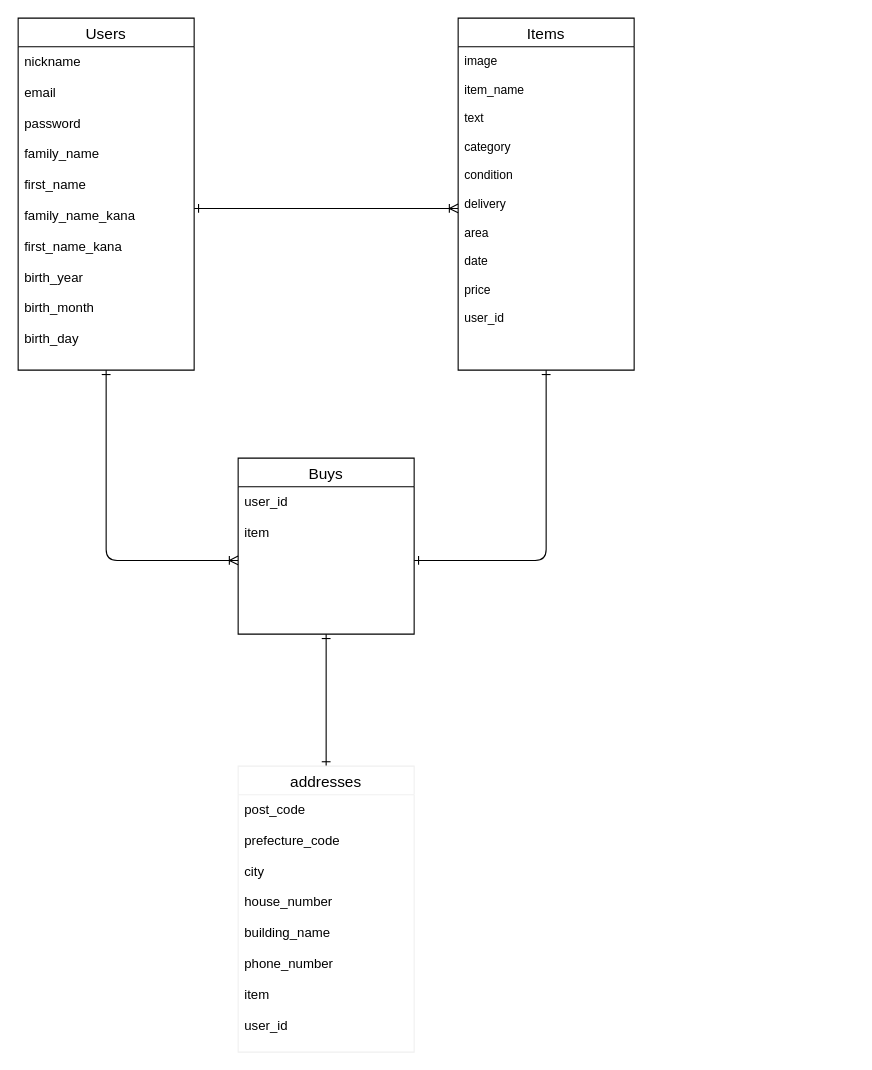
This is furima.dio from MayumiT/furima-33052, a draw.io file, before an edit. Source tidied: cells renumbered, new cells numbered last; positions are measured from the earlier drawing's top-left corner, leaving out a move shared by most shapes. Both pictures are drawn from the tidied source at 110%, with x=0, y=0 at pixel (18, 18).
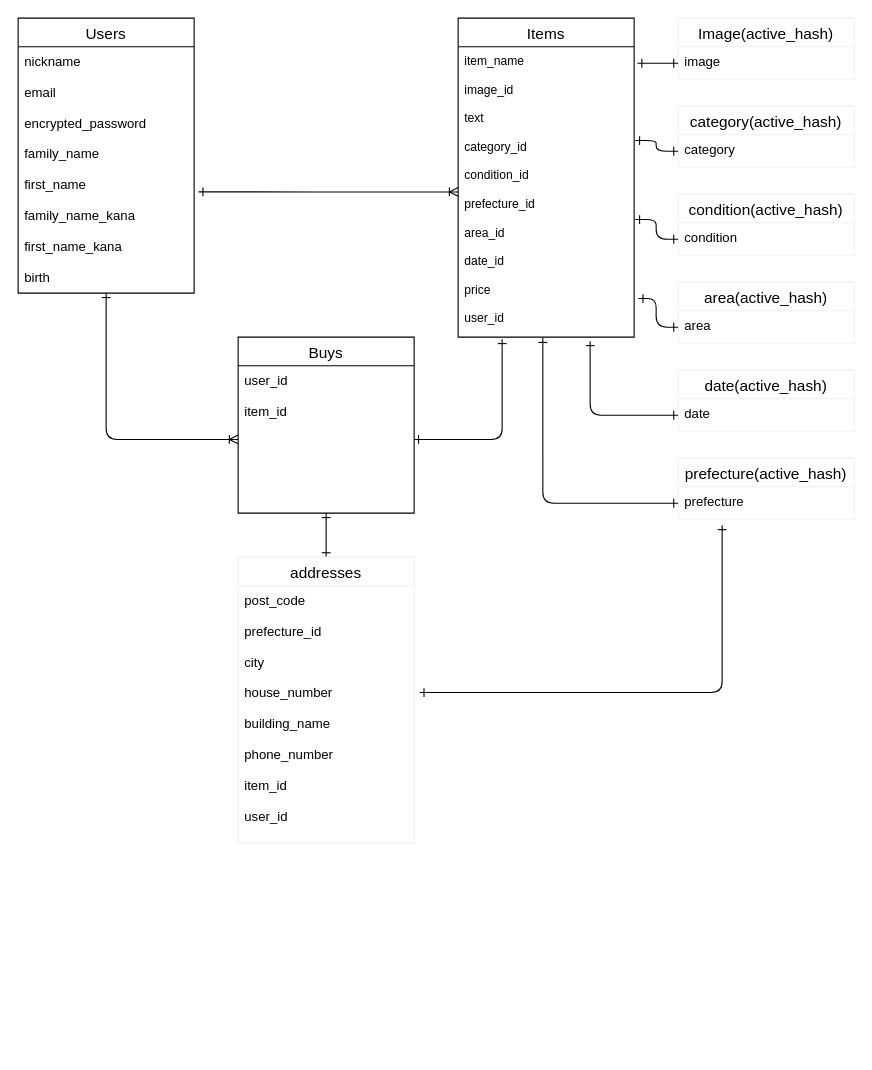
The same diagram, later.

Commit message (it also covers changes not shown here):
ER図とREAD MEの修正

Change to the diagram source:
```diff
@@
-    <mxCell id="3" value="Users" style="swimlane;fontStyle=0;horizontal=1;startSize=26;align=center;fontSize=14;" parent="1" vertex="1">
-      <mxGeometry width="160" height="320" as="geometry" />
+    <mxCell id="3" value="Users" style="swimlane;fontStyle=0;horizontal=1;startSize=26;align=center;fontSize=14;direction=east;" parent="1" vertex="1">
+      <mxGeometry width="160" height="250" as="geometry" />
     </mxCell>
-    <mxCell id="4" value="nickname&#10;&#10;email&#10;&#10;password&#10;&#10;family_name&#10;&#10;first_name&#10;&#10;family_name_kana&#10;&#10;first_name_kana&#10;&#10;birth_year&#10;&#10;birth_month&#10;&#10;birth_day" style="text;strokeColor=none;fillColor=none;spacingLeft=4;spacingRight=4;overflow=hidden;points=[[0,0.5],[1,0.5]];portConstraint=eastwest;fontSize=12;" parent="3" vertex="1">
-      <mxGeometry y="26" width="160" height="294" as="geometry" />
+    <mxCell id="4" value="nickname&#10;&#10;email&#10;&#10;encrypted_password&#10;&#10;family_name&#10;&#10;first_name&#10;&#10;family_name_kana&#10;&#10;first_name_kana&#10;&#10;birth" style="text;strokeColor=none;fillColor=none;spacingLeft=4;spacingRight=4;overflow=hidden;points=[[0,0.5],[1,0.5]];portConstraint=eastwest;fontSize=12;" parent="3" vertex="1">
+      <mxGeometry y="26" width="160" height="224" as="geometry" />
     </mxCell>
-    <mxCell id="5" style="edgeStyle=orthogonalEdgeStyle;rounded=1;jettySize=auto;html=1;entryX=1;entryY=0.5;entryDx=0;entryDy=0;startArrow=ERone;startFill=0;endArrow=ERone;endFill=0;fontSize=11;" parent="1" edge="1" source="6" target="10">
-      <mxGeometry relative="1" as="geometry" />
+    <mxCell id="5" style="edgeStyle=orthogonalEdgeStyle;rounded=1;jettySize=auto;html=1;entryX=1;entryY=0.5;entryDx=0;entryDy=0;startArrow=ERone;startFill=0;endArrow=ERone;endFill=0;fontSize=11;exitX=0.25;exitY=1.007;exitDx=0;exitDy=0;exitPerimeter=0;" parent="1" edge="1" source="7" target="10">
+      <mxGeometry relative="1" as="geometry">
+        <Array as="points">
+          <mxPoint x="440" y="383" />
+        </Array>
+      </mxGeometry>
     </mxCell>
     <mxCell id="6" value="Items" style="swimlane;fontStyle=0;horizontal=1;startSize=26;align=center;fontSize=14;" parent="1" vertex="1">
-      <mxGeometry x="400" width="160" height="320" as="geometry" />
+      <mxGeometry x="400" width="160" height="290" as="geometry" />
     </mxCell>
-    <mxCell id="7" value="image &#10;&#10;item_name&#10;&#10;text&#10;&#10;category&#10;&#10;condition&#10;&#10;delivery&#10;&#10;area&#10;&#10;date&#10;&#10;price&#10;&#10;user_id&#10;" style="text;strokeColor=none;fillColor=none;spacingLeft=4;spacingRight=4;overflow=hidden;points=[[0,0.5],[1,0.5]];portConstraint=eastwest;fontSize=11;" parent="6" vertex="1">
-      <mxGeometry y="26" width="160" height="294" as="geometry" />
+    <mxCell id="7" value="item_name&#10;&#10;image_id&#10;&#10;text&#10;&#10;category_id&#10;&#10;condition_id&#10;&#10;prefecture_id&#10;&#10;area_id&#10;&#10;date_id&#10;&#10;price&#10;&#10;user_id&#10;&#10;&#10;" style="text;strokeColor=none;fillColor=none;spacingLeft=4;spacingRight=4;overflow=hidden;points=[[0,0.5],[1,0.5]];portConstraint=eastwest;fontSize=11;" parent="6" vertex="1">
+      <mxGeometry y="26" width="160" height="264" as="geometry" />
     </mxCell>
@@
     <mxCell id="9" value="Buys" style="swimlane;fontStyle=0;horizontal=1;startSize=26;align=center;fontSize=14;" parent="1" vertex="1">
-      <mxGeometry x="200" y="400" width="160" height="160" as="geometry" />
+      <mxGeometry x="200" y="290" width="160" height="160" as="geometry" />
     </mxCell>
-    <mxCell id="10" value="user_id&#10;&#10;item" style="text;strokeColor=none;fillColor=none;spacingLeft=4;spacingRight=4;overflow=hidden;points=[[0,0.5],[1,0.5]];portConstraint=eastwest;fontSize=12;" parent="9" vertex="1">
+    <mxCell id="10" value="user_id&#10;&#10;item_id" style="text;strokeColor=none;fillColor=none;spacingLeft=4;spacingRight=4;overflow=hidden;points=[[0,0.5],[1,0.5]];portConstraint=eastwest;fontSize=12;" parent="9" vertex="1">
       <mxGeometry y="26" width="160" height="134" as="geometry" />
     </mxCell>
     <mxCell id="11" value="addresses" style="swimlane;fontStyle=0;horizontal=1;startSize=26;align=center;fontSize=14;strokeColor=#f0f0f0;" parent="1" vertex="1">
-      <mxGeometry x="200" y="680" width="160" height="260" as="geometry" />
+      <mxGeometry x="200" y="490" width="160" height="260" as="geometry" />
     </mxCell>
-    <mxCell id="12" value="post_code&#10;&#10;prefecture_code&#10;&#10;city&#10;&#10;house_number&#10;&#10;building_name&#10;&#10;phone_number&#10;&#10;item&#10;&#10;user_id&#10;&#10;&#10;&#10;&#10;&#10;" style="text;strokeColor=none;fillColor=none;spacingLeft=4;spacingRight=4;overflow=hidden;points=[[0,0.5],[1,0.5]];portConstraint=eastwest;fontSize=12;" parent="11" vertex="1">
+    <mxCell id="12" value="post_code&#10;&#10;prefecture_id&#10;&#10;city&#10;&#10;house_number&#10;&#10;building_name&#10;&#10;phone_number&#10;&#10;item_id&#10;&#10;user_id&#10;&#10;&#10;&#10;&#10;&#10;" style="text;strokeColor=none;fillColor=none;spacingLeft=4;spacingRight=4;overflow=hidden;points=[[0,0.5],[1,0.5]];portConstraint=eastwest;fontSize=12;" parent="11" vertex="1">
       <mxGeometry y="26" width="160" height="234" as="geometry" />
     </mxCell>
-    <mxCell id="13" style="edgeStyle=orthogonalEdgeStyle;rounded=1;jettySize=auto;html=1;exitX=1;exitY=0.5;exitDx=0;exitDy=0;entryX=0;entryY=0.5;entryDx=0;entryDy=0;startArrow=ERone;startFill=0;endArrow=ERoneToMany;endFill=0;fontSize=11;" parent="1" edge="1" source="4" target="7">
-      <mxGeometry relative="1" as="geometry" />
-    </mxCell>
+    <mxCell id="14" value="Image(active_hash)" style="swimlane;fontStyle=0;horizontal=1;startSize=26;align=center;fontSize=14;strokeColor=#f0f0f0;" parent="1" vertex="1">
+      <mxGeometry x="600" width="160" height="56" as="geometry" />
+    </mxCell>
+    <mxCell id="15" value="image" style="text;strokeColor=none;fillColor=none;spacingLeft=4;spacingRight=4;overflow=hidden;points=[[0,0.5],[1,0.5]];portConstraint=eastwest;fontSize=12;" parent="14" vertex="1">
+      <mxGeometry y="26" width="160" height="30" as="geometry" />
+    </mxCell>
+    <mxCell id="16" value="category(active_hash)" style="swimlane;fontStyle=0;horizontal=1;startSize=26;align=center;fontSize=14;strokeColor=#f0f0f0;" parent="1" vertex="1">
+      <mxGeometry x="600" y="80" width="160" height="56" as="geometry" />
+    </mxCell>
+    <mxCell id="17" value="category" style="text;strokeColor=none;fillColor=none;spacingLeft=4;spacingRight=4;overflow=hidden;points=[[0,0.5],[1,0.5]];portConstraint=eastwest;fontSize=12;" parent="16" vertex="1">
+      <mxGeometry y="26" width="160" height="30" as="geometry" />
+    </mxCell>
+    <mxCell id="18" style="edgeStyle=orthogonalEdgeStyle;rounded=1;jettySize=auto;html=1;exitX=0;exitY=0.5;exitDx=0;exitDy=0;entryX=1.006;entryY=0.323;entryDx=0;entryDy=0;entryPerimeter=0;startArrow=ERone;startFill=0;endArrow=ERone;endFill=0;fontSize=11;" parent="1" edge="1" source="17" target="7">
+      <mxGeometry relative="1" as="geometry" />
+    </mxCell>
+    <mxCell id="19" style="edgeStyle=orthogonalEdgeStyle;rounded=1;jettySize=auto;html=1;exitX=0;exitY=0.5;exitDx=0;exitDy=0;startArrow=ERone;startFill=0;endArrow=ERone;endFill=0;fontSize=11;" parent="1" edge="1" source="15">
+      <mxGeometry relative="1" as="geometry">
+        <mxPoint x="563" y="41" as="targetPoint" />
+        <Array as="points">
+          <mxPoint x="563" y="41" />
+        </Array>
+      </mxGeometry>
+    </mxCell>
+    <mxCell id="20" value="condition(active_hash)" style="swimlane;fontStyle=0;horizontal=1;startSize=26;align=center;fontSize=14;strokeColor=#f0f0f0;" parent="1" vertex="1">
+      <mxGeometry x="600" y="160" width="160" height="56" as="geometry" />
+    </mxCell>
+    <mxCell id="21" value="condition" style="text;strokeColor=none;fillColor=none;spacingLeft=4;spacingRight=4;overflow=hidden;points=[[0,0.5],[1,0.5]];portConstraint=eastwest;fontSize=12;" parent="20" vertex="1">
+      <mxGeometry y="26" width="160" height="30" as="geometry" />
+    </mxCell>
+    <mxCell id="22" style="edgeStyle=orthogonalEdgeStyle;rounded=1;jettySize=auto;html=1;exitX=0;exitY=0.5;exitDx=0;exitDy=0;entryX=1.006;entryY=0.595;entryDx=0;entryDy=0;entryPerimeter=0;startArrow=ERone;startFill=0;endArrow=ERone;endFill=0;fontSize=11;" parent="1" edge="1" source="21" target="7">
+      <mxGeometry relative="1" as="geometry" />
+    </mxCell>
+    <mxCell id="23" value="area(active_hash)" style="swimlane;fontStyle=0;horizontal=1;startSize=26;align=center;fontSize=14;strokeColor=#f0f0f0;" parent="1" vertex="1">
+      <mxGeometry x="600" y="240" width="160" height="56" as="geometry" />
+    </mxCell>
+    <mxCell id="24" value="area" style="text;strokeColor=none;fillColor=none;spacingLeft=4;spacingRight=4;overflow=hidden;points=[[0,0.5],[1,0.5]];portConstraint=eastwest;fontSize=12;" parent="23" vertex="1">
+      <mxGeometry y="26" width="160" height="30" as="geometry" />
+    </mxCell>
+    <mxCell id="25" style="edgeStyle=orthogonalEdgeStyle;rounded=1;jettySize=auto;html=1;exitX=0;exitY=0.5;exitDx=0;exitDy=0;entryX=1.025;entryY=0.867;entryDx=0;entryDy=0;entryPerimeter=0;startArrow=ERone;startFill=0;endArrow=ERone;endFill=0;fontSize=11;" parent="1" edge="1" source="24" target="7">
+      <mxGeometry relative="1" as="geometry" />
+    </mxCell>
+    <mxCell id="26" value="date(active_hash)" style="swimlane;fontStyle=0;horizontal=1;startSize=26;align=center;fontSize=14;strokeColor=#f0f0f0;" parent="1" vertex="1">
+      <mxGeometry x="600" y="320" width="160" height="56" as="geometry" />
+    </mxCell>
+    <mxCell id="27" value="date" style="text;strokeColor=none;fillColor=none;spacingLeft=4;spacingRight=4;overflow=hidden;points=[[0,0.5],[1,0.5]];portConstraint=eastwest;fontSize=12;" parent="26" vertex="1">
+      <mxGeometry y="26" width="160" height="30" as="geometry" />
+    </mxCell>
+    <mxCell id="28" style="edgeStyle=orthogonalEdgeStyle;rounded=1;jettySize=auto;html=1;startArrow=ERone;startFill=0;endArrow=ERone;endFill=0;fontSize=11;entryX=0.75;entryY=1.014;entryDx=0;entryDy=0;entryPerimeter=0;" parent="1" edge="1" source="27" target="7">
+      <mxGeometry relative="1" as="geometry">
+        <Array as="points">
+          <mxPoint x="520" y="361" />
+        </Array>
+      </mxGeometry>
+    </mxCell>
+    <mxCell id="29" value="prefecture(active_hash)" style="swimlane;fontStyle=0;horizontal=1;startSize=26;align=center;fontSize=14;strokeColor=#f0f0f0;" parent="1" vertex="1">
+      <mxGeometry x="600" y="400" width="160" height="56" as="geometry" />
+    </mxCell>
+    <mxCell id="30" value="prefecture" style="text;strokeColor=none;fillColor=none;spacingLeft=4;spacingRight=4;overflow=hidden;points=[[0,0.5],[1,0.5]];portConstraint=eastwest;fontSize=12;" parent="29" vertex="1">
+      <mxGeometry y="26" width="160" height="30" as="geometry" />
+    </mxCell>
+    <mxCell id="31" style="edgeStyle=orthogonalEdgeStyle;rounded=1;jettySize=auto;html=1;exitX=0;exitY=0.5;exitDx=0;exitDy=0;entryX=0.481;entryY=1.003;entryDx=0;entryDy=0;entryPerimeter=0;startArrow=ERone;startFill=0;endArrow=ERone;endFill=0;fontSize=11;" parent="1" edge="1" source="30" target="7">
+      <mxGeometry relative="1" as="geometry" />
+    </mxCell>
+    <mxCell id="32" style="edgeStyle=orthogonalEdgeStyle;rounded=1;jettySize=auto;html=1;entryX=0.25;entryY=1.167;entryDx=0;entryDy=0;entryPerimeter=0;startArrow=ERone;startFill=0;endArrow=ERone;endFill=0;fontSize=11;exitX=1.031;exitY=0.415;exitDx=0;exitDy=0;exitPerimeter=0;" parent="1" edge="1" source="12" target="30">
+      <mxGeometry relative="1" as="geometry">
+        <Array as="points">
+          <mxPoint x="640" y="613" />
+        </Array>
+      </mxGeometry>
+    </mxCell>
+    <mxCell id="33" style="edgeStyle=orthogonalEdgeStyle;rounded=1;jettySize=auto;html=1;exitX=0;exitY=0.5;exitDx=0;exitDy=0;entryX=1.025;entryY=0.589;entryDx=0;entryDy=0;entryPerimeter=0;startArrow=ERoneToMany;startFill=0;endArrow=ERone;endFill=0;fontSize=11;" parent="1" edge="1" source="7" target="4">
+      <mxGeometry relative="1" as="geometry" />
+    </mxCell>
```
